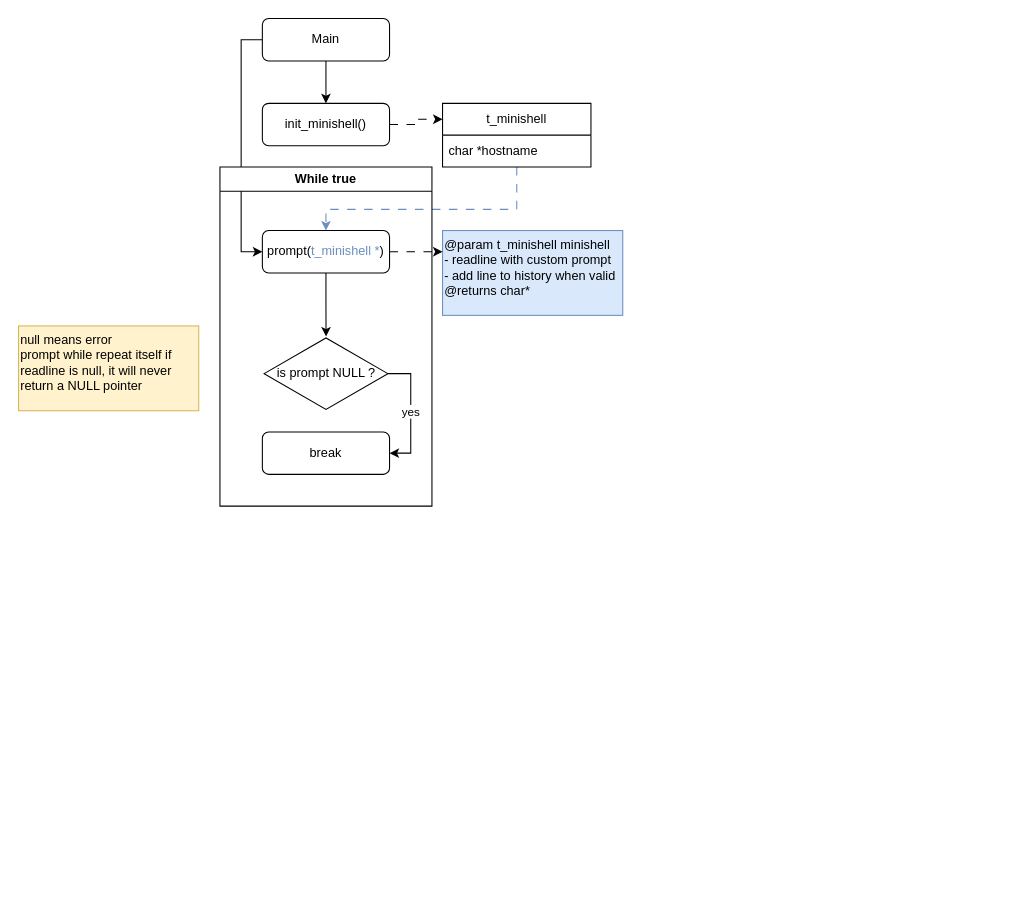
This is docs/flow_scheme.drawio from RPDJF/42-minishell, a draw.io file, before an edit. Source tidied: cells renumbered, new cells numbered last; positions are measured from the earlier drawing's top-left corner, leaving out a move shared by most shapes. Both pictures are drawn from the tidied source at 106%, with x=0, y=0 at pixel (18, 18).
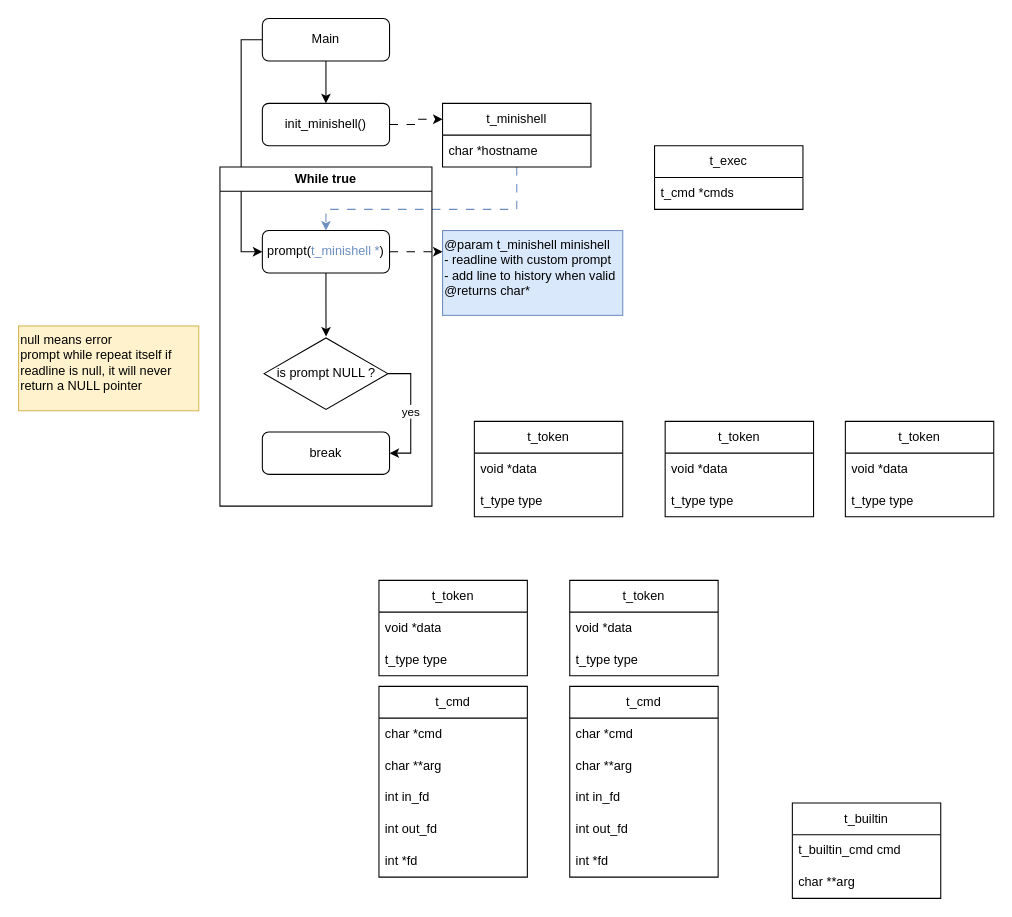
Above is the later version.

What changed in the source:
```diff
@@
+    <mxCell id="19" value="t_exec" style="swimlane;fontStyle=0;horizontal=1;startSize=30;whiteSpace=wrap;html=1;" parent="1" vertex="1">
+      <mxGeometry x="600" y="120" width="140" height="60" as="geometry" />
+    </mxCell>
+    <mxCell id="20" value="t_cmd *cmds" style="text;strokeColor=none;fillColor=none;align=left;verticalAlign=middle;spacingLeft=4;spacingRight=4;overflow=hidden;whiteSpace=wrap;html=1;" parent="19" vertex="1">
+      <mxGeometry y="30" width="140" height="30" as="geometry" />
+    </mxCell>
+    <mxCell id="21" value="t_cmd" style="swimlane;fontStyle=0;horizontal=1;startSize=30;whiteSpace=wrap;html=1;" parent="1" vertex="1">
+      <mxGeometry x="340" y="630" width="140" height="180" as="geometry" />
+    </mxCell>
+    <mxCell id="22" value="char *cmd" style="text;strokeColor=none;fillColor=none;align=left;verticalAlign=middle;spacingLeft=4;spacingRight=4;overflow=hidden;whiteSpace=wrap;html=1;" parent="21" vertex="1">
+      <mxGeometry y="30" width="140" height="30" as="geometry" />
+    </mxCell>
+    <mxCell id="23" value="char **arg" style="text;strokeColor=none;fillColor=none;align=left;verticalAlign=middle;spacingLeft=4;spacingRight=4;overflow=hidden;whiteSpace=wrap;html=1;" parent="21" vertex="1">
+      <mxGeometry y="60" width="140" height="30" as="geometry" />
+    </mxCell>
+    <mxCell id="24" value="int in_fd" style="text;strokeColor=none;fillColor=none;align=left;verticalAlign=middle;spacingLeft=4;spacingRight=4;overflow=hidden;whiteSpace=wrap;html=1;" parent="21" vertex="1">
+      <mxGeometry y="90" width="140" height="30" as="geometry" />
+    </mxCell>
+    <mxCell id="25" value="int out_fd" style="text;strokeColor=none;fillColor=none;align=left;verticalAlign=middle;spacingLeft=4;spacingRight=4;overflow=hidden;whiteSpace=wrap;html=1;" parent="21" vertex="1">
+      <mxGeometry y="120" width="140" height="30" as="geometry" />
+    </mxCell>
+    <mxCell id="26" value="int *fd" style="text;strokeColor=none;fillColor=none;align=left;verticalAlign=middle;spacingLeft=4;spacingRight=4;overflow=hidden;whiteSpace=wrap;html=1;" parent="21" vertex="1">
+      <mxGeometry y="150" width="140" height="30" as="geometry" />
+    </mxCell>
+    <mxCell id="27" value="t_builtin" style="swimlane;fontStyle=0;horizontal=1;startSize=30;whiteSpace=wrap;html=1;" parent="1" vertex="1">
+      <mxGeometry x="730" y="740" width="140" height="90" as="geometry" />
+    </mxCell>
+    <mxCell id="28" value="t_builtin_cmd cmd" style="text;strokeColor=none;fillColor=none;align=left;verticalAlign=middle;spacingLeft=4;spacingRight=4;overflow=hidden;whiteSpace=wrap;html=1;" parent="27" vertex="1">
+      <mxGeometry y="30" width="140" height="30" as="geometry" />
+    </mxCell>
+    <mxCell id="29" value="char **arg" style="text;strokeColor=none;fillColor=none;align=left;verticalAlign=middle;spacingLeft=4;spacingRight=4;overflow=hidden;whiteSpace=wrap;html=1;" parent="27" vertex="1">
+      <mxGeometry y="60" width="140" height="30" as="geometry" />
+    </mxCell>
+    <mxCell id="30" value="t_token" style="swimlane;fontStyle=0;horizontal=1;startSize=30;whiteSpace=wrap;html=1;" parent="1" vertex="1">
+      <mxGeometry x="430" y="380" width="140" height="90" as="geometry" />
+    </mxCell>
+    <mxCell id="31" value="void *data" style="text;strokeColor=none;fillColor=none;align=left;verticalAlign=middle;spacingLeft=4;spacingRight=4;overflow=hidden;whiteSpace=wrap;html=1;" parent="30" vertex="1">
+      <mxGeometry y="30" width="140" height="30" as="geometry" />
+    </mxCell>
+    <mxCell id="32" value="t_type type" style="text;strokeColor=none;fillColor=none;align=left;verticalAlign=middle;spacingLeft=4;spacingRight=4;overflow=hidden;whiteSpace=wrap;html=1;" parent="30" vertex="1">
+      <mxGeometry y="60" width="140" height="30" as="geometry" />
+    </mxCell>
+    <mxCell id="33" value="t_token" style="swimlane;fontStyle=0;horizontal=1;startSize=30;whiteSpace=wrap;html=1;" parent="1" vertex="1">
+      <mxGeometry x="610" y="380" width="140" height="90" as="geometry" />
+    </mxCell>
+    <mxCell id="34" value="void *data" style="text;strokeColor=none;fillColor=none;align=left;verticalAlign=middle;spacingLeft=4;spacingRight=4;overflow=hidden;whiteSpace=wrap;html=1;" parent="33" vertex="1">
+      <mxGeometry y="30" width="140" height="30" as="geometry" />
+    </mxCell>
+    <mxCell id="35" value="t_type type" style="text;strokeColor=none;fillColor=none;align=left;verticalAlign=middle;spacingLeft=4;spacingRight=4;overflow=hidden;whiteSpace=wrap;html=1;" parent="33" vertex="1">
+      <mxGeometry y="60" width="140" height="30" as="geometry" />
+    </mxCell>
+    <mxCell id="36" value="t_token" style="swimlane;fontStyle=0;horizontal=1;startSize=30;whiteSpace=wrap;html=1;" parent="1" vertex="1">
+      <mxGeometry x="780" y="380" width="140" height="90" as="geometry" />
+    </mxCell>
+    <mxCell id="37" value="void *data" style="text;strokeColor=none;fillColor=none;align=left;verticalAlign=middle;spacingLeft=4;spacingRight=4;overflow=hidden;whiteSpace=wrap;html=1;" parent="36" vertex="1">
+      <mxGeometry y="30" width="140" height="30" as="geometry" />
+    </mxCell>
+    <mxCell id="38" value="t_type type" style="text;strokeColor=none;fillColor=none;align=left;verticalAlign=middle;spacingLeft=4;spacingRight=4;overflow=hidden;whiteSpace=wrap;html=1;" parent="36" vertex="1">
+      <mxGeometry y="60" width="140" height="30" as="geometry" />
+    </mxCell>
+    <mxCell id="39" value="t_cmd" style="swimlane;fontStyle=0;horizontal=1;startSize=30;whiteSpace=wrap;html=1;" parent="1" vertex="1">
+      <mxGeometry x="520" y="630" width="140" height="180" as="geometry" />
+    </mxCell>
+    <mxCell id="40" value="char *cmd" style="text;strokeColor=none;fillColor=none;align=left;verticalAlign=middle;spacingLeft=4;spacingRight=4;overflow=hidden;whiteSpace=wrap;html=1;" parent="39" vertex="1">
+      <mxGeometry y="30" width="140" height="30" as="geometry" />
+    </mxCell>
+    <mxCell id="41" value="char **arg" style="text;strokeColor=none;fillColor=none;align=left;verticalAlign=middle;spacingLeft=4;spacingRight=4;overflow=hidden;whiteSpace=wrap;html=1;" parent="39" vertex="1">
+      <mxGeometry y="60" width="140" height="30" as="geometry" />
+    </mxCell>
+    <mxCell id="42" value="int in_fd" style="text;strokeColor=none;fillColor=none;align=left;verticalAlign=middle;spacingLeft=4;spacingRight=4;overflow=hidden;whiteSpace=wrap;html=1;" parent="39" vertex="1">
+      <mxGeometry y="90" width="140" height="30" as="geometry" />
+    </mxCell>
+    <mxCell id="43" value="int out_fd" style="text;strokeColor=none;fillColor=none;align=left;verticalAlign=middle;spacingLeft=4;spacingRight=4;overflow=hidden;whiteSpace=wrap;html=1;" parent="39" vertex="1">
+      <mxGeometry y="120" width="140" height="30" as="geometry" />
+    </mxCell>
+    <mxCell id="44" value="int *fd" style="text;strokeColor=none;fillColor=none;align=left;verticalAlign=middle;spacingLeft=4;spacingRight=4;overflow=hidden;whiteSpace=wrap;html=1;" parent="39" vertex="1">
+      <mxGeometry y="150" width="140" height="30" as="geometry" />
+    </mxCell>
+    <mxCell id="45" value="t_token" style="swimlane;fontStyle=0;horizontal=1;startSize=30;whiteSpace=wrap;html=1;" parent="1" vertex="1">
+      <mxGeometry x="340" y="530" width="140" height="90" as="geometry" />
+    </mxCell>
+    <mxCell id="46" value="void *data" style="text;strokeColor=none;fillColor=none;align=left;verticalAlign=middle;spacingLeft=4;spacingRight=4;overflow=hidden;whiteSpace=wrap;html=1;" parent="45" vertex="1">
+      <mxGeometry y="30" width="140" height="30" as="geometry" />
+    </mxCell>
+    <mxCell id="47" value="t_type type" style="text;strokeColor=none;fillColor=none;align=left;verticalAlign=middle;spacingLeft=4;spacingRight=4;overflow=hidden;whiteSpace=wrap;html=1;" parent="45" vertex="1">
+      <mxGeometry y="60" width="140" height="30" as="geometry" />
+    </mxCell>
+    <mxCell id="48" value="t_token" style="swimlane;fontStyle=0;horizontal=1;startSize=30;whiteSpace=wrap;html=1;" parent="1" vertex="1">
+      <mxGeometry x="520" y="530" width="140" height="90" as="geometry" />
+    </mxCell>
+    <mxCell id="49" value="void *data" style="text;strokeColor=none;fillColor=none;align=left;verticalAlign=middle;spacingLeft=4;spacingRight=4;overflow=hidden;whiteSpace=wrap;html=1;" parent="48" vertex="1">
+      <mxGeometry y="30" width="140" height="30" as="geometry" />
+    </mxCell>
+    <mxCell id="50" value="t_type type" style="text;strokeColor=none;fillColor=none;align=left;verticalAlign=middle;spacingLeft=4;spacingRight=4;overflow=hidden;whiteSpace=wrap;html=1;" parent="48" vertex="1">
+      <mxGeometry y="60" width="140" height="30" as="geometry" />
+    </mxCell>
```
